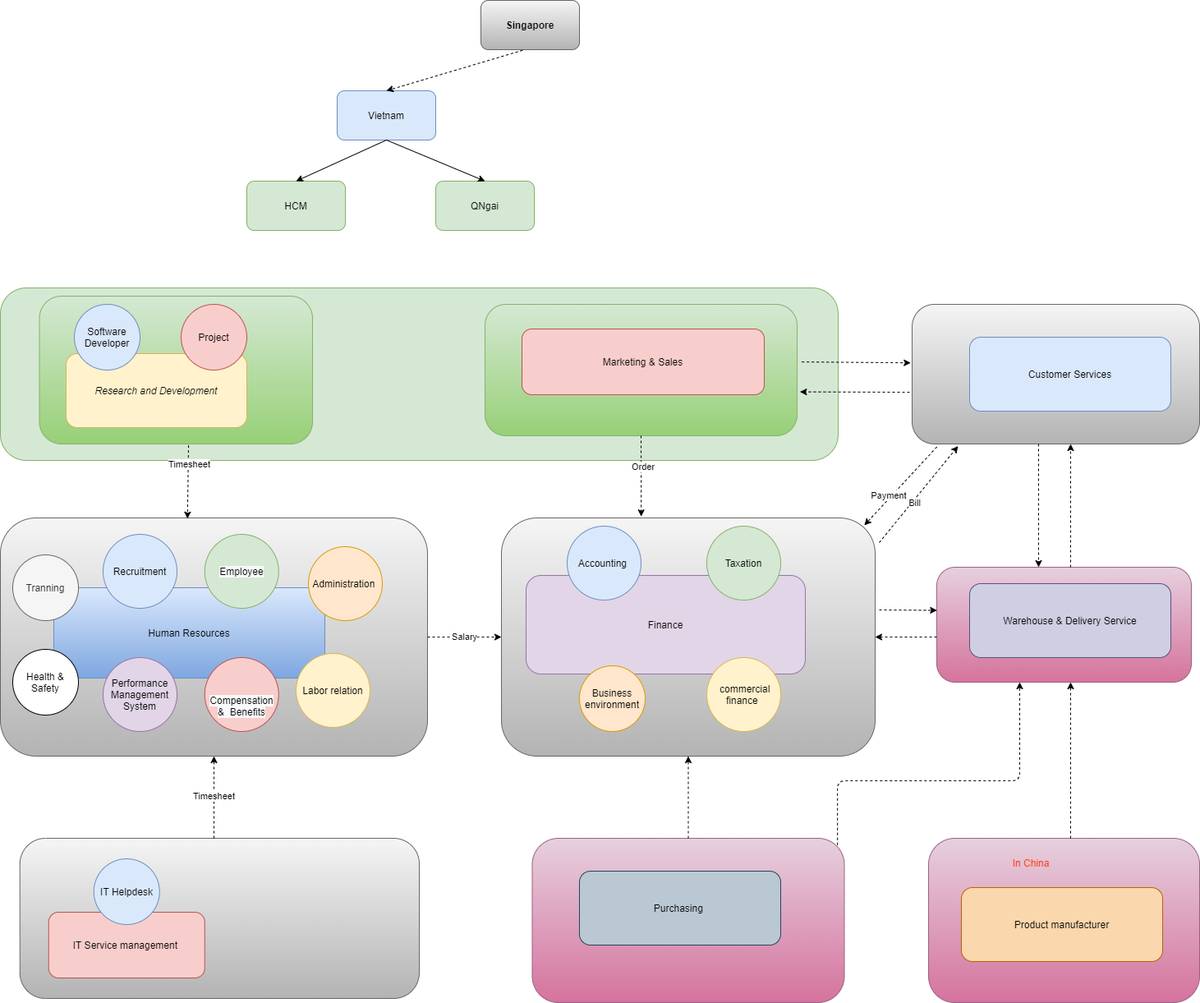
This is 03_staff/Department_Organizational_chart-Org_Chart.png from letrthong/business, a draw.io export, as it was before one commit. Source tidied: cells renumbered, new cells last; positions are measured from the earlier drawing's top-left corner, leaving out a move shared by most shapes.
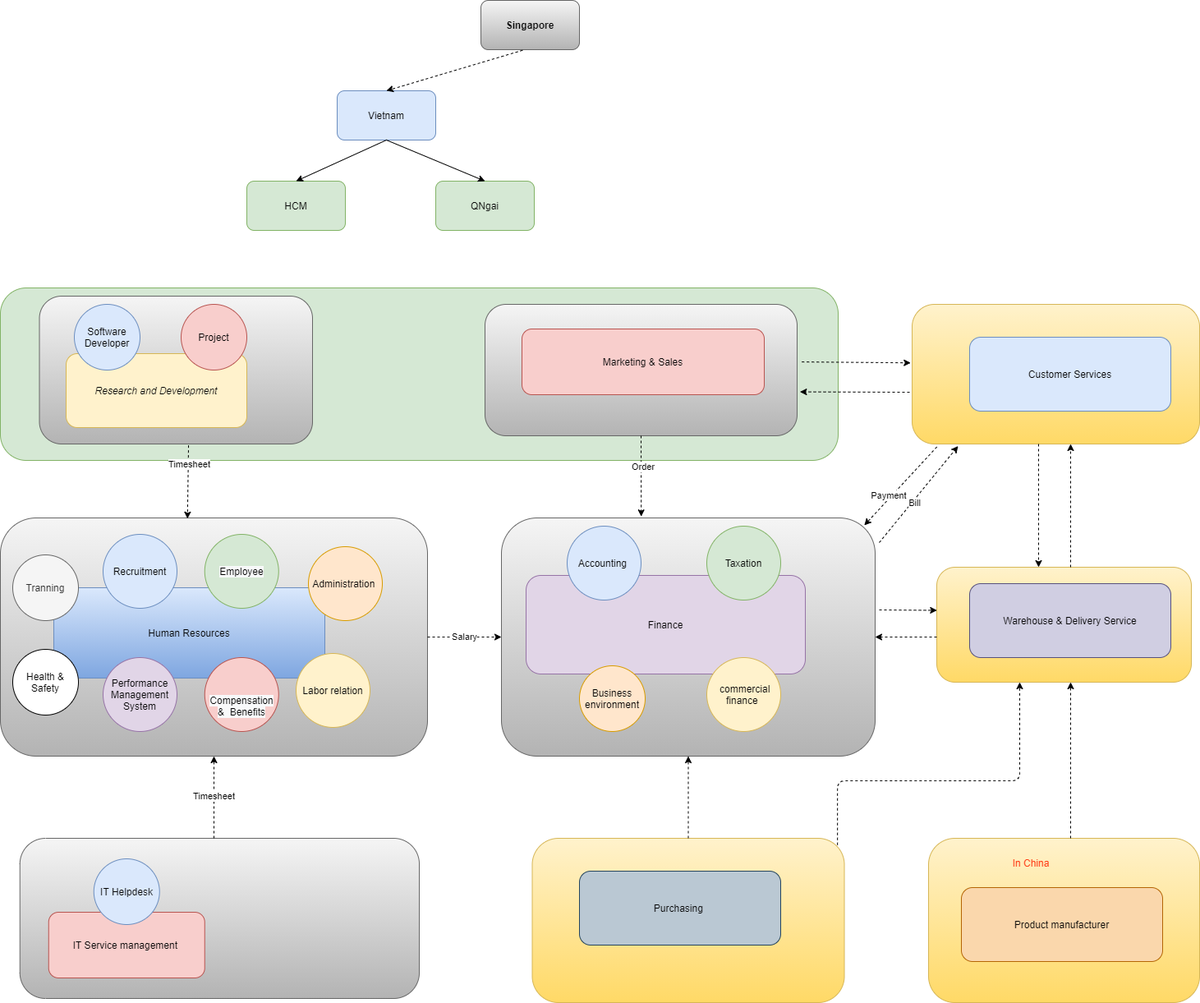
After the change.

Change to the diagram source:
```diff
@@ -5,25 +5,25 @@
     <mxCell id="2" style="rounded=1;whiteSpace=wrap;html=1;fillColor=#d5e8d4;strokeColor=#82b366;" parent="1" vertex="1">
       <mxGeometry y="350" width="1020" height="210" as="geometry" />
     </mxCell>
-    <mxCell id="3" style="rounded=1;whiteSpace=wrap;html=1;gradientColor=#d5739d;fillColor=#e6d0de;strokeColor=#996185;arcSize=16;" parent="1" vertex="1">
+    <mxCell id="3" style="rounded=1;whiteSpace=wrap;html=1;gradientColor=#ffd966;fillColor=#fff2cc;strokeColor=#d6b656;arcSize=16;" parent="1" vertex="1">
       <mxGeometry x="1130" y="1020" width="330" height="200" as="geometry" />
     </mxCell>
-    <mxCell id="4" style="rounded=1;whiteSpace=wrap;html=1;gradientColor=#d5739d;fillColor=#e6d0de;strokeColor=#996185;arcSize=16;" parent="1" vertex="1">
+    <mxCell id="4" style="rounded=1;whiteSpace=wrap;html=1;gradientColor=#ffd966;fillColor=#fff2cc;strokeColor=#d6b656;arcSize=16;" parent="1" vertex="1">
       <mxGeometry x="647.5" y="1020" width="380" height="200" as="geometry" />
     </mxCell>
-    <mxCell id="5" style="rounded=1;whiteSpace=wrap;html=1;gradientColor=#d5739d;fillColor=#e6d0de;strokeColor=#996185;arcSize=16;" parent="1" vertex="1">
+    <mxCell id="5" style="rounded=1;whiteSpace=wrap;html=1;gradientColor=#ffd966;fillColor=#fff2cc;strokeColor=#d6b656;arcSize=16;" parent="1" vertex="1">
       <mxGeometry x="1140" y="690" width="310" height="140" as="geometry" />
     </mxCell>
-    <mxCell id="6" style="rounded=1;whiteSpace=wrap;html=1;gradientColor=#b3b3b3;fillColor=#f5f5f5;strokeColor=#666666;arcSize=16;" parent="1" vertex="1">
+    <mxCell id="6" style="rounded=1;whiteSpace=wrap;html=1;gradientColor=#ffd966;fillColor=#fff2cc;strokeColor=#d6b656;arcSize=16;" parent="1" vertex="1">
       <mxGeometry x="1110" y="370" width="350" height="170" as="geometry" />
     </mxCell>
     <mxCell id="7" style="rounded=1;whiteSpace=wrap;html=1;gradientColor=#b3b3b3;fillColor=#f5f5f5;strokeColor=#666666;arcSize=16;" parent="1" vertex="1">
       <mxGeometry x="23.8" y="1020" width="486.2" height="195" as="geometry" />
     </mxCell>
-    <mxCell id="8" style="rounded=1;whiteSpace=wrap;html=1;gradientColor=#97d077;fillColor=#d5e8d4;strokeColor=#82b366;arcSize=16;" parent="1" vertex="1">
+    <mxCell id="8" style="rounded=1;whiteSpace=wrap;html=1;gradientColor=#b3b3b3;fillColor=#f5f5f5;strokeColor=#666666;arcSize=16;" parent="1" vertex="1">
       <mxGeometry x="590" y="370" width="380" height="160" as="geometry" />
     </mxCell>
-    <mxCell id="9" style="rounded=1;whiteSpace=wrap;html=1;gradientColor=#97d077;fillColor=#d5e8d4;strokeColor=#82b366;" parent="1" vertex="1">
+    <mxCell id="9" style="rounded=1;whiteSpace=wrap;html=1;gradientColor=#b3b3b3;fillColor=#f5f5f5;strokeColor=#666666;" parent="1" vertex="1">
       <mxGeometry x="47.5" y="360" width="332.5" height="180" as="geometry" />
     </mxCell>
     <mxCell id="10" style="rounded=1;whiteSpace=wrap;html=1;gradientColor=#b3b3b3;fillColor=#f5f5f5;strokeColor=#666666;" parent="1" vertex="1">
```
